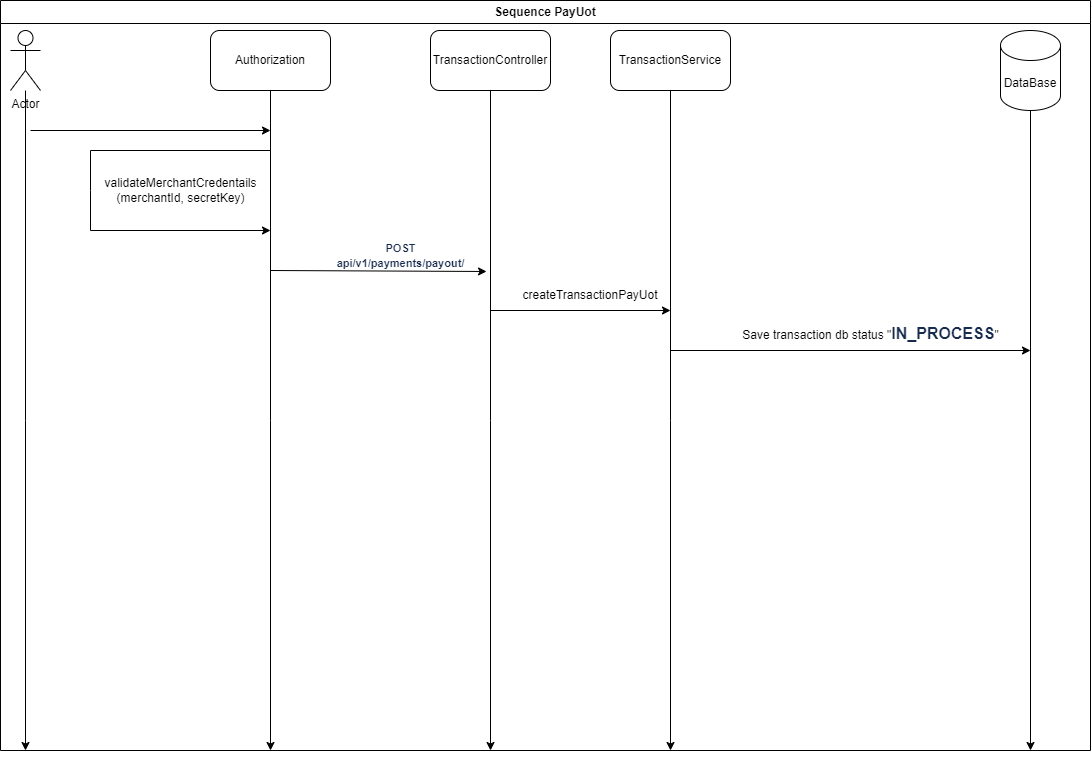
Above: src/main/resources/SequencePayUot.png in 554455/FakePaymentProvider (draw.io), before the change. Source tidied: cells renumbered, new cells last; positions are measured from the earlier drawing's top-left corner, leaving out a move shared by most shapes. The source it was exported from:
```xml
<mxGraphModel>
  <root>
    <mxCell id="0" />
    <mxCell id="1" parent="0" />
    <mxCell id="2" style="edgeStyle=orthogonalEdgeStyle;rounded=0;jettySize=auto;html=1;" parent="1" edge="1" source="3">
      <mxGeometry relative="1" as="geometry">
        <mxPoint x="25" y="750" as="targetPoint" />
      </mxGeometry>
    </mxCell>
    <mxCell id="3" value="Actor" style="shape=umlActor;verticalLabelPosition=bottom;verticalAlign=top;html=1;outlineConnect=0;" parent="1" vertex="1">
      <mxGeometry x="10" y="30" width="30" height="60" as="geometry" />
    </mxCell>
    <mxCell id="4" style="edgeStyle=orthogonalEdgeStyle;rounded=0;jettySize=auto;html=1;" parent="1" edge="1" source="5">
      <mxGeometry relative="1" as="geometry">
        <mxPoint x="270" y="750" as="targetPoint" />
      </mxGeometry>
    </mxCell>
    <mxCell id="5" value="Authorization" style="rounded=1;whiteSpace=wrap;html=1;" parent="1" vertex="1">
      <mxGeometry x="210" y="30" width="120" height="60" as="geometry" />
    </mxCell>
    <mxCell id="6" value="validateMerchantCredentails&lt;div&gt;(merchantId, secretKey)&lt;/div&gt;" style="text;html=1;align=center;verticalAlign=middle;strokeColor=none;fillColor=none;" parent="1" vertex="1">
      <mxGeometry x="90" y="170" width="180" height="40" as="geometry" />
    </mxCell>
    <mxCell id="7" style="endArrow=classic;html=1;rounded=0;" parent="1" edge="1">
      <mxGeometry relative="1" as="geometry">
        <mxPoint x="270" y="150" as="sourcePoint" />
        <mxPoint x="270" y="230" as="targetPoint" />
        <Array as="points">
          <mxPoint x="90" y="150" />
          <mxPoint x="90" y="190" />
          <mxPoint x="90" y="230" />
        </Array>
      </mxGeometry>
    </mxCell>
    <mxCell id="8" style="endArrow=classic;html=1;rounded=0;" parent="1" edge="1">
      <mxGeometry relative="1" as="geometry">
        <mxPoint x="30" y="130" as="sourcePoint" />
        <mxPoint x="270" y="130" as="targetPoint" />
      </mxGeometry>
    </mxCell>
    <mxCell id="9" style="edgeStyle=orthogonalEdgeStyle;rounded=0;jettySize=auto;html=1;" parent="1" edge="1" source="10">
      <mxGeometry relative="1" as="geometry">
        <mxPoint x="490" y="750" as="targetPoint" />
      </mxGeometry>
    </mxCell>
    <mxCell id="10" value="TransactionController" style="rounded=1;whiteSpace=wrap;html=1;" parent="1" vertex="1">
      <mxGeometry x="430" y="30" width="120" height="60" as="geometry" />
    </mxCell>
    <mxCell id="11" style="endArrow=classic;html=1;rounded=0;entryX=0.978;entryY=1.033;entryDx=0;entryDy=0;entryPerimeter=0;" parent="1" edge="1" target="12">
      <mxGeometry relative="1" as="geometry">
        <mxPoint x="270" y="270" as="sourcePoint" />
      </mxGeometry>
    </mxCell>
    <mxCell id="12" value="&lt;span id=&quot;docs-internal-guid-46ba751d-7fff-ad14-018d-6a69325d8f06&quot;&gt;&lt;span style=&quot;color: rgb(23, 43, 77); background-color: transparent; font-weight: 700; font-variant-numeric: normal; font-variant-east-asian: normal; font-variant-alternates: normal; font-variant-position: normal; vertical-align: baseline; white-space: pre-wrap;&quot;&gt;&lt;font style=&quot;font-size: 11px;&quot; face=&quot;Helvetica&quot;&gt;POST api/v1/payments/payout/&lt;/font&gt;&lt;/span&gt;&lt;/span&gt;" style="text;html=1;align=center;verticalAlign=middle;points=[];strokeColor=none;fillColor=none;" parent="1" vertex="1">
      <mxGeometry x="310" y="240" width="180" height="30" as="geometry" />
    </mxCell>
    <mxCell id="13" style="edgeStyle=orthogonalEdgeStyle;rounded=0;jettySize=auto;html=1;" parent="1" edge="1" source="14">
      <mxGeometry relative="1" as="geometry">
        <mxPoint x="670" y="750" as="targetPoint" />
      </mxGeometry>
    </mxCell>
    <mxCell id="14" value="TransactionService" style="rounded=1;whiteSpace=wrap;html=1;" parent="1" vertex="1">
      <mxGeometry x="610" y="30" width="120" height="60" as="geometry" />
    </mxCell>
    <mxCell id="15" style="endArrow=classic;html=1;rounded=0;" parent="1" edge="1">
      <mxGeometry relative="1" as="geometry">
        <mxPoint x="490" y="310" as="sourcePoint" />
        <mxPoint x="670" y="310" as="targetPoint" />
      </mxGeometry>
    </mxCell>
    <mxCell id="16" value="createTransactionPayUot" style="text;html=1;align=center;verticalAlign=middle;whiteSpace=wrap;rounded=0;" parent="1" vertex="1">
      <mxGeometry x="560" y="280" width="60" height="30" as="geometry" />
    </mxCell>
    <mxCell id="17" style="edgeStyle=orthogonalEdgeStyle;rounded=0;orthogonalLoop=1;jettySize=auto;html=1;" parent="1" edge="1">
      <mxGeometry relative="1" as="geometry">
        <mxPoint x="1030" y="110" as="sourcePoint" />
        <mxPoint x="1030" y="750" as="targetPoint" />
      </mxGeometry>
    </mxCell>
    <mxCell id="18" value="DataBase" style="shape=cylinder3;whiteSpace=wrap;html=1;boundedLbl=1;backgroundOutline=1;size=15;" parent="1" vertex="1">
      <mxGeometry x="1000" y="30" width="60" height="80" as="geometry" />
    </mxCell>
    <mxCell id="19" style="endArrow=classic;html=1;rounded=0;" parent="1" edge="1">
      <mxGeometry relative="1" as="geometry">
        <mxPoint x="670" y="350" as="sourcePoint" />
        <mxPoint x="1030" y="350" as="targetPoint" />
      </mxGeometry>
    </mxCell>
    <mxCell id="20" value="Save transaction db status &quot;&lt;span id=&quot;docs-internal-guid-a6cbec50-7fff-b42a-b525-84aed382da35&quot;&gt;&lt;span style=&quot;font-size: 12pt; font-family: Arial, sans-serif; color: rgb(23, 43, 77); background-color: transparent; font-weight: 700; font-variant-numeric: normal; font-variant-east-asian: normal; font-variant-alternates: normal; font-variant-position: normal; vertical-align: baseline; white-space: pre-wrap;&quot;&gt;IN_PROCESS&lt;/span&gt;&lt;/span&gt;&quot;" style="text;html=1;align=center;verticalAlign=middle;strokeColor=none;fillColor=none;" parent="1" vertex="1">
      <mxGeometry x="730" y="318" width="280" height="30" as="geometry" />
    </mxCell>
    <mxCell id="21" value="Sequence PayUot" style="swimlane;whiteSpace=wrap;html=1;" parent="1" vertex="1">
      <mxGeometry width="1090" height="750" as="geometry" />
    </mxCell>
  </root>
</mxGraphModel>
```
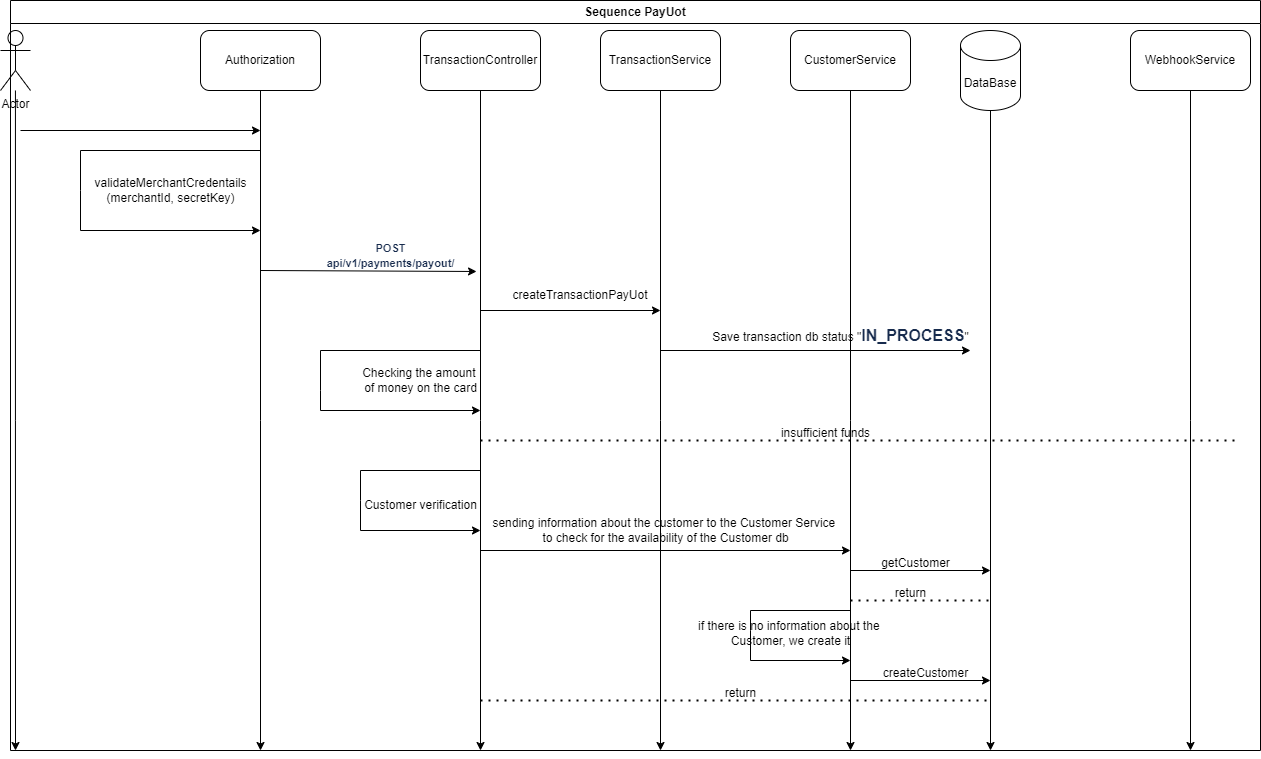
The same diagram one commit later.

Change to the diagram source:
```diff
@@ -54,11 +54,6 @@
     <mxCell id="12" value="&lt;span id=&quot;docs-internal-guid-46ba751d-7fff-ad14-018d-6a69325d8f06&quot;&gt;&lt;span style=&quot;color: rgb(23, 43, 77); background-color: transparent; font-weight: 700; font-variant-numeric: normal; font-variant-east-asian: normal; font-variant-alternates: normal; font-variant-position: normal; vertical-align: baseline; white-space: pre-wrap;&quot;&gt;&lt;font style=&quot;font-size: 11px;&quot; face=&quot;Helvetica&quot;&gt;POST api/v1/payments/payout/&lt;/font&gt;&lt;/span&gt;&lt;/span&gt;" style="text;html=1;align=center;verticalAlign=middle;points=[];strokeColor=none;fillColor=none;" parent="1" vertex="1">
       <mxGeometry x="310" y="240" width="180" height="30" as="geometry" />
     </mxCell>
-    <mxCell id="13" style="edgeStyle=orthogonalEdgeStyle;rounded=0;jettySize=auto;html=1;" parent="1" edge="1" source="14">
-      <mxGeometry relative="1" as="geometry">
-        <mxPoint x="670" y="750" as="targetPoint" />
-      </mxGeometry>
-    </mxCell>
     <mxCell id="14" value="TransactionService" style="rounded=1;whiteSpace=wrap;html=1;" parent="1" vertex="1">
       <mxGeometry x="610" y="30" width="120" height="60" as="geometry" />
     </mxCell>
@@ -71,26 +66,143 @@
     <mxCell id="16" value="createTransactionPayUot" style="text;html=1;align=center;verticalAlign=middle;whiteSpace=wrap;rounded=0;" parent="1" vertex="1">
       <mxGeometry x="560" y="280" width="60" height="30" as="geometry" />
     </mxCell>
+    <mxCell id="19" style="endArrow=classic;html=1;rounded=0;" parent="1" edge="1">
+      <mxGeometry relative="1" as="geometry">
+        <mxPoint x="670" y="350" as="sourcePoint" />
+        <mxPoint x="980" y="350" as="targetPoint" />
+      </mxGeometry>
+    </mxCell>
+    <mxCell id="21" value="Sequence PayUot" style="swimlane;whiteSpace=wrap;html=1;" parent="1" vertex="1">
+      <mxGeometry x="20" width="1250" height="750" as="geometry" />
+    </mxCell>
+    <mxCell id="22" value="Checking the amount&amp;nbsp;&lt;div&gt;of money on the card&lt;/div&gt;" style="text;html=1;align=center;verticalAlign=middle;strokeColor=none;fillColor=none;" parent="21" vertex="1">
+      <mxGeometry x="340" y="360" width="140" height="40" as="geometry" />
+    </mxCell>
+    <mxCell id="18" value="DataBase" style="shape=cylinder3;whiteSpace=wrap;html=1;boundedLbl=1;backgroundOutline=1;size=15;" parent="21" vertex="1">
+      <mxGeometry x="950" y="30" width="60" height="80" as="geometry" />
+    </mxCell>
-    <mxCell id="17" style="edgeStyle=orthogonalEdgeStyle;rounded=0;orthogonalLoop=1;jettySize=auto;html=1;" parent="1" edge="1">
+    <mxCell id="17" style="edgeStyle=orthogonalEdgeStyle;rounded=0;orthogonalLoop=1;jettySize=auto;html=1;" parent="21" edge="1">
       <mxGeometry relative="1" as="geometry">
-        <mxPoint x="1030" y="110" as="sourcePoint" />
-        <mxPoint x="1030" y="750" as="targetPoint" />
+        <mxPoint x="980" y="110" as="sourcePoint" />
+        <mxPoint x="980" y="750" as="targetPoint" />
       </mxGeometry>
     </mxCell>
-    <mxCell id="18" value="DataBase" style="shape=cylinder3;whiteSpace=wrap;html=1;boundedLbl=1;backgroundOutline=1;size=15;" parent="1" vertex="1">
-      <mxGeometry x="1000" y="30" width="60" height="80" as="geometry" />
-    </mxCell>
-    <mxCell id="19" style="endArrow=classic;html=1;rounded=0;" parent="1" edge="1">
-      <mxGeometry relative="1" as="geometry">
-        <mxPoint x="670" y="350" as="sourcePoint" />
-        <mxPoint x="1030" y="350" as="targetPoint" />
-      </mxGeometry>
-    </mxCell>
-    <mxCell id="20" value="Save transaction db status &quot;&lt;span id=&quot;docs-internal-guid-a6cbec50-7fff-b42a-b525-84aed382da35&quot;&gt;&lt;span style=&quot;font-size: 12pt; font-family: Arial, sans-serif; color: rgb(23, 43, 77); background-color: transparent; font-weight: 700; font-variant-numeric: normal; font-variant-east-asian: normal; font-variant-alternates: normal; font-variant-position: normal; vertical-align: baseline; white-space: pre-wrap;&quot;&gt;IN_PROCESS&lt;/span&gt;&lt;/span&gt;&quot;" style="text;html=1;align=center;verticalAlign=middle;strokeColor=none;fillColor=none;" parent="1" vertex="1">
-      <mxGeometry x="730" y="318" width="280" height="30" as="geometry" />
+    <mxCell id="20" value="Save transaction db status &quot;&lt;span id=&quot;docs-internal-guid-a6cbec50-7fff-b42a-b525-84aed382da35&quot;&gt;&lt;span style=&quot;font-size: 12pt; font-family: Arial, sans-serif; color: rgb(23, 43, 77); background-color: transparent; font-weight: 700; font-variant-numeric: normal; font-variant-east-asian: normal; font-variant-alternates: normal; font-variant-position: normal; vertical-align: baseline; white-space: pre-wrap;&quot;&gt;IN_PROCESS&lt;/span&gt;&lt;/span&gt;&quot;" style="text;html=1;align=center;verticalAlign=middle;strokeColor=none;fillColor=none;" parent="21" vertex="1">
+      <mxGeometry x="690" y="320" width="280" height="30" as="geometry" />
     </mxCell>
-    <mxCell id="21" value="Sequence PayUot" style="swimlane;whiteSpace=wrap;html=1;" parent="1" vertex="1">
-      <mxGeometry width="1090" height="750" as="geometry" />
-    </mxCell>
+    <mxCell id="23" style="edgeStyle=orthogonalEdgeStyle;rounded=0;jettySize=auto;html=1;" parent="21" edge="1" source="24">
+      <mxGeometry relative="1" as="geometry">
+        <mxPoint x="1180" y="750" as="targetPoint" />
+      </mxGeometry>
+    </mxCell>
+    <mxCell id="24" value="WebhookService" style="rounded=1;whiteSpace=wrap;html=1;" parent="21" vertex="1">
+      <mxGeometry x="1120" y="30" width="120" height="60" as="geometry" />
+    </mxCell>
+    <mxCell id="25" value="insufficient funds" style="text;html=1;align=center;verticalAlign=middle;strokeColor=none;fillColor=none;" parent="21" vertex="1">
+      <mxGeometry x="760" y="418" width="110" height="30" as="geometry" />
+    </mxCell>
+    <mxCell id="26" style="edgeStyle=orthogonalEdgeStyle;rounded=0;jettySize=auto;html=1;" parent="21" edge="1" source="27">
+      <mxGeometry relative="1" as="geometry">
+        <mxPoint x="840" y="750" as="targetPoint" />
+      </mxGeometry>
+    </mxCell>
+    <mxCell id="27" value="CustomerService" style="rounded=1;whiteSpace=wrap;html=1;" parent="21" vertex="1">
+      <mxGeometry x="780" y="30" width="120" height="60" as="geometry" />
+    </mxCell>
+    <mxCell id="28" style="endArrow=classic;html=1;rounded=0;" parent="21" edge="1">
+      <mxGeometry relative="1" as="geometry">
+        <mxPoint x="470" y="350" as="sourcePoint" />
+        <mxPoint x="470" y="410" as="targetPoint" />
+        <Array as="points">
+          <mxPoint x="310" y="350" />
+          <mxPoint x="310" y="390" />
+          <mxPoint x="310" y="410" />
+        </Array>
+      </mxGeometry>
+    </mxCell>
+    <mxCell id="29" value="Сustomer verification" style="text;html=1;align=center;verticalAlign=middle;strokeColor=none;fillColor=none;" parent="21" vertex="1">
+      <mxGeometry x="340" y="490" width="140" height="30" as="geometry" />
+    </mxCell>
+    <mxCell id="30" style="endArrow=classic;html=1;rounded=0;" parent="21" edge="1">
+      <mxGeometry relative="1" as="geometry">
+        <mxPoint x="840" y="570" as="sourcePoint" />
+        <mxPoint x="980" y="570" as="targetPoint" />
+      </mxGeometry>
+    </mxCell>
+    <mxCell id="31" value="getCustomer" style="text;html=1;align=center;verticalAlign=middle;strokeColor=none;fillColor=none;" parent="21" vertex="1">
+      <mxGeometry x="860" y="548" width="90" height="30" as="geometry" />
+    </mxCell>
+    <mxCell id="32" style="endArrow=none;dashed=1;html=1;dashPattern=1 3;strokeWidth=2;rounded=0;" parent="21" edge="1">
+      <mxGeometry relative="1" as="geometry">
+        <mxPoint x="840" y="600" as="sourcePoint" />
+        <mxPoint x="980" y="600" as="targetPoint" />
+      </mxGeometry>
+    </mxCell>
+    <mxCell id="33" style="endArrow=classic;html=1;rounded=0;" parent="21" edge="1">
+      <mxGeometry relative="1" as="geometry">
+        <mxPoint x="840" y="610" as="sourcePoint" />
+        <mxPoint x="840" y="660" as="targetPoint" />
+        <Array as="points">
+          <mxPoint x="740" y="610" />
+          <mxPoint x="740" y="630" />
+          <mxPoint x="740" y="660" />
+        </Array>
+      </mxGeometry>
+    </mxCell>
+    <mxCell id="34" value="createCustomer" style="text;html=1;align=center;verticalAlign=middle;strokeColor=none;fillColor=none;" parent="21" vertex="1">
+      <mxGeometry x="860" y="658" width="110" height="30" as="geometry" />
+    </mxCell>
+    <mxCell id="35" style="endArrow=none;dashed=1;html=1;dashPattern=1 3;strokeWidth=2;rounded=0;" parent="1" edge="1">
+      <mxGeometry relative="1" as="geometry">
+        <mxPoint x="490" y="440" as="sourcePoint" />
+        <mxPoint x="1250" y="440" as="targetPoint" />
+      </mxGeometry>
+    </mxCell>
+    <mxCell id="36" style="endArrow=classic;html=1;rounded=0;" parent="1" edge="1">
+      <mxGeometry relative="1" as="geometry">
+        <mxPoint x="490" y="470" as="sourcePoint" />
+        <mxPoint x="490" y="530" as="targetPoint" />
+        <Array as="points">
+          <mxPoint x="370" y="470" />
+          <mxPoint x="370" y="500" />
+          <mxPoint x="370" y="530" />
+        </Array>
+      </mxGeometry>
+    </mxCell>
+    <mxCell id="37" style="endArrow=classic;html=1;rounded=0;" parent="1" edge="1">
+      <mxGeometry relative="1" as="geometry">
+        <mxPoint x="490" y="550" as="sourcePoint" />
+        <mxPoint x="860" y="550" as="targetPoint" />
+      </mxGeometry>
+    </mxCell>
+    <mxCell id="38" value="return" style="text;html=1;align=center;verticalAlign=middle;strokeColor=none;fillColor=none;" parent="1" vertex="1">
+      <mxGeometry x="895" y="578" width="50" height="30" as="geometry" />
+    </mxCell>
+    <mxCell id="39" style="edgeStyle=orthogonalEdgeStyle;rounded=0;jettySize=auto;html=1;" parent="1" edge="1" source="14">
+      <mxGeometry relative="1" as="geometry">
+        <mxPoint x="670" y="750" as="targetPoint" />
+      </mxGeometry>
+    </mxCell>
+    <mxCell id="40" value="sending information about the customer to the Customer Service&amp;nbsp;&lt;div&gt;to check for the availability of the Customer db&lt;/div&gt;" style="text;html=1;align=center;verticalAlign=middle;strokeColor=none;fillColor=none;" parent="1" vertex="1">
+      <mxGeometry x="490" y="510" width="370" height="40" as="geometry" />
+    </mxCell>
+    <mxCell id="41" value="if there is no information about the&amp;nbsp;&lt;div&gt;Customer, we create it&lt;/div&gt;" style="text;html=1;align=center;verticalAlign=middle;strokeColor=none;fillColor=none;" parent="1" vertex="1">
+      <mxGeometry x="695" y="613" width="210" height="40" as="geometry" />
+    </mxCell>
+    <mxCell id="42" style="endArrow=classic;html=1;rounded=0;" parent="1" edge="1">
+      <mxGeometry relative="1" as="geometry">
+        <mxPoint x="860" y="680" as="sourcePoint" />
+        <mxPoint x="1000" y="680" as="targetPoint" />
+      </mxGeometry>
+    </mxCell>
+    <mxCell id="43" style="endArrow=none;dashed=1;html=1;dashPattern=1 3;strokeWidth=2;rounded=0;" parent="1" edge="1">
+      <mxGeometry relative="1" as="geometry">
+        <mxPoint x="490" y="700" as="sourcePoint" />
+        <mxPoint x="1000" y="700" as="targetPoint" />
+      </mxGeometry>
+    </mxCell>
+    <mxCell id="44" value="return" style="text;html=1;align=center;verticalAlign=middle;strokeColor=none;fillColor=none;" parent="1" vertex="1">
+      <mxGeometry x="725" y="678" width="50" height="30" as="geometry" />
+    </mxCell>
   </root>
 </mxGraphModel>
```
